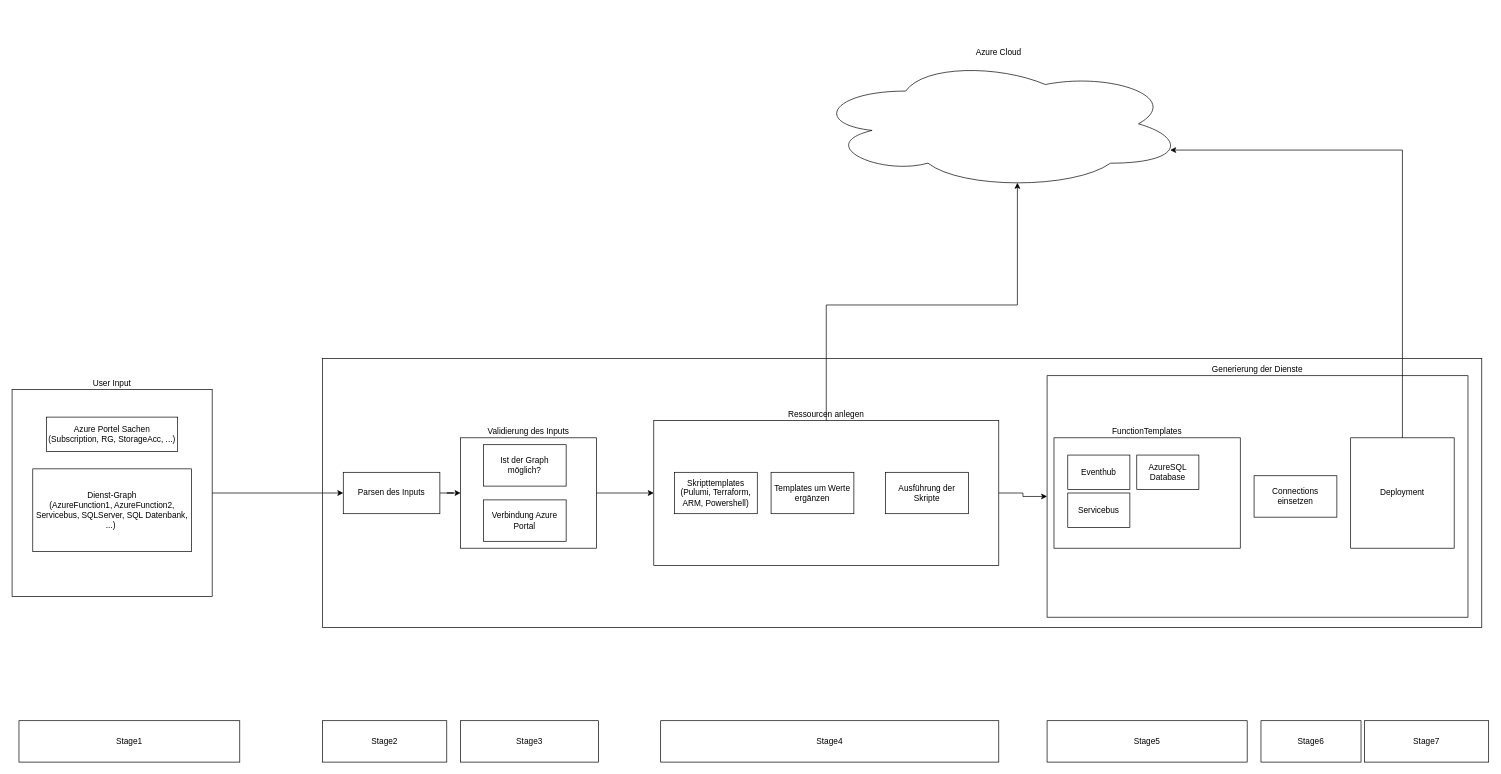
RichardWerner173134/AzureLaunch keeps this draw.io diagram as specification/Overview.drawio. Above is the earlier version. Source tidied: cells renumbered, new cells numbered last; positions are measured from the earlier drawing's top-left corner, leaving out a move shared by most shapes. Both pictures are drawn from the tidied source at 69%, with x=0, y=0 at pixel (12, 58).
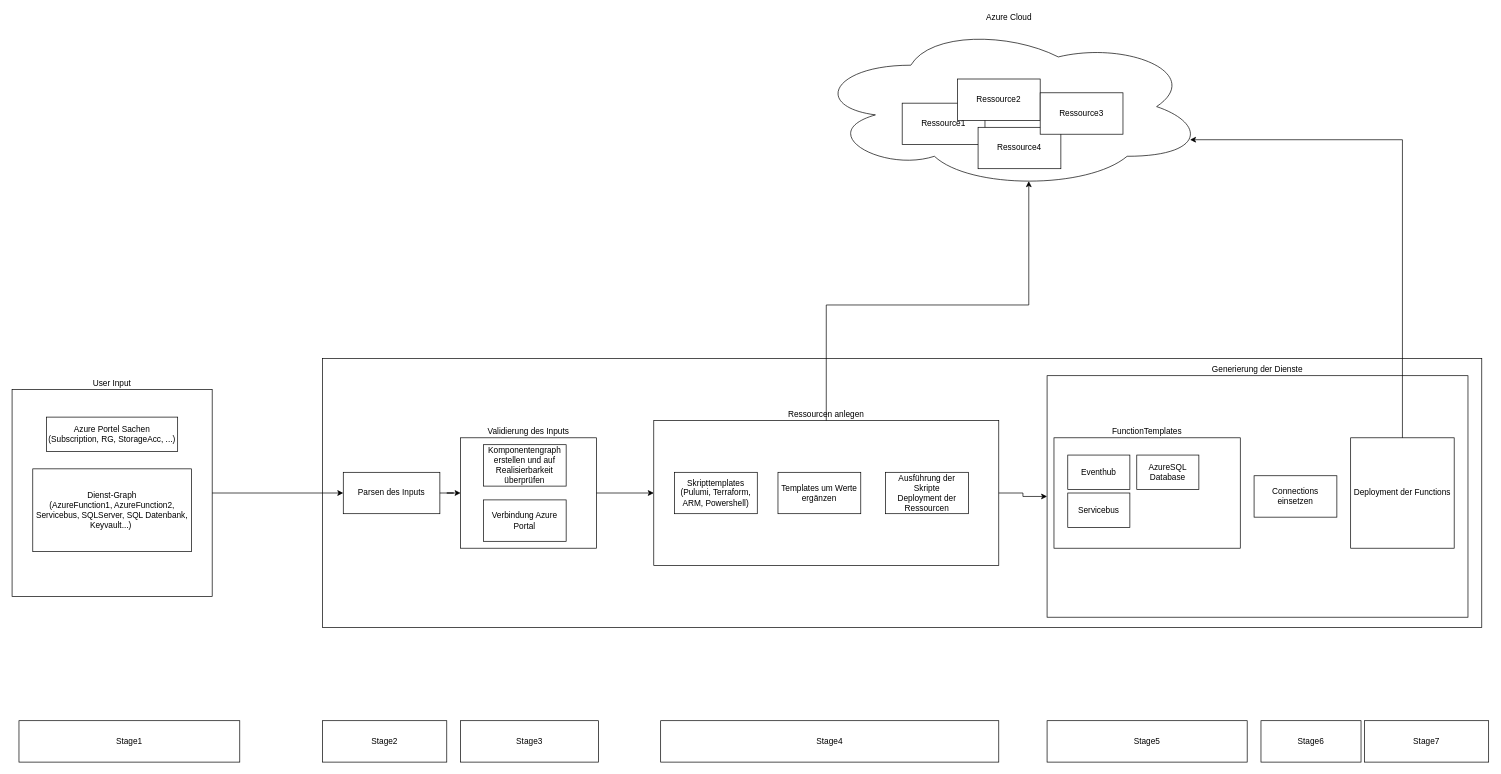
The same page after the edit.

Diff of the diagram source:
```diff
@@
-    <mxCell id="6" value="Dienst-Graph&lt;br&gt;(AzureFunction1, AzureFunction2, Servicebus, SQLServer, SQL Datenbank, ...)&amp;nbsp;" style="rounded=0;whiteSpace=wrap;html=1;fillColor=none;align=center;" parent="1" vertex="1">
+    <mxCell id="6" value="Dienst-Graph&lt;br&gt;(AzureFunction1, AzureFunction2, Servicebus, SQLServer, SQL Datenbank, Keyvault...)&amp;nbsp;" style="rounded=0;whiteSpace=wrap;html=1;fillColor=none;align=center;" parent="1" vertex="1">
       <mxGeometry x="30" y="595" width="230" height="120" as="geometry" />
     </mxCell>
@@
-    <mxCell id="11" value="Ist der Graph möglich?" style="rounded=0;whiteSpace=wrap;html=1;fillColor=none;align=center;" parent="1" vertex="1">
+    <mxCell id="11" value="Komponentengraph erstellen und auf Realisierbarkeit überprüfen" style="rounded=0;whiteSpace=wrap;html=1;fillColor=none;align=center;" parent="1" vertex="1">
       <mxGeometry x="683" y="560" width="120" height="60" as="geometry" />
     </mxCell>
@@
     <mxCell id="17" value="Templates um Werte ergänzen" style="rounded=0;whiteSpace=wrap;html=1;fillColor=none;align=center;" parent="1" vertex="1">
-      <mxGeometry x="1100" y="600" width="120" height="60" as="geometry" />
+      <mxGeometry x="1110" y="600" width="120" height="60" as="geometry" />
     </mxCell>
-    <mxCell id="18" value="Ausführung der Skripte" style="rounded=0;whiteSpace=wrap;html=1;fillColor=none;align=center;" parent="1" vertex="1">
+    <mxCell id="18" value="Ausführung der Skripte&lt;br&gt;Deployment der Ressourcen" style="rounded=0;whiteSpace=wrap;html=1;fillColor=none;align=center;" parent="1" vertex="1">
       <mxGeometry x="1266" y="600" width="120" height="60" as="geometry" />
     </mxCell>
@@
     <mxCell id="21" style="edgeStyle=orthogonalEdgeStyle;rounded=0;jettySize=auto;html=1;entryX=0.96;entryY=0.7;entryDx=0;entryDy=0;entryPerimeter=0;" parent="1" edge="1" source="22" target="27">
       <mxGeometry relative="1" as="geometry">
         <Array as="points">
-          <mxPoint x="2015" y="133" />
+          <mxPoint x="2015" y="118" />
         </Array>
       </mxGeometry>
     </mxCell>
-    <mxCell id="22" value="Deployment" style="rounded=0;whiteSpace=wrap;html=1;fillColor=none;align=center;" parent="1" vertex="1">
+    <mxCell id="22" value="Deployment der Functions" style="rounded=0;whiteSpace=wrap;html=1;fillColor=none;align=center;" parent="1" vertex="1">
       <mxGeometry x="1940" y="550" width="150" height="160" as="geometry" />
     </mxCell>
@@
     <mxCell id="27" value="Azure Cloud" style="ellipse;shape=cloud;whiteSpace=wrap;html=1;fillColor=none;align=center;labelPosition=center;verticalLabelPosition=top;verticalAlign=bottom;" parent="1" vertex="1">
-      <mxGeometry x="1160" width="540" height="190" as="geometry" />
+      <mxGeometry x="1160" y="-50" width="570" height="240" as="geometry" />
     </mxCell>
@@
+    <mxCell id="35" value="Ressource1" style="rounded=0;whiteSpace=wrap;html=1;" parent="1" vertex="1">
+      <mxGeometry x="1290" y="65" width="120" height="60" as="geometry" />
+    </mxCell>
+    <mxCell id="36" value="Ressource2" style="rounded=0;whiteSpace=wrap;html=1;" parent="1" vertex="1">
+      <mxGeometry x="1370" y="30" width="120" height="60" as="geometry" />
+    </mxCell>
+    <mxCell id="37" value="Ressource4" style="rounded=0;whiteSpace=wrap;html=1;" parent="1" vertex="1">
+      <mxGeometry x="1400" y="100" width="120" height="60" as="geometry" />
+    </mxCell>
+    <mxCell id="38" value="Ressource3" style="rounded=0;whiteSpace=wrap;html=1;" parent="1" vertex="1">
+      <mxGeometry x="1490" y="50" width="120" height="60" as="geometry" />
+    </mxCell>
```
